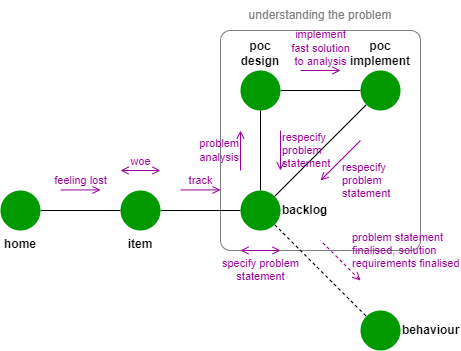
The draw.io diagram docs/sphinx/static/img/poc-flow.png in lifespline/agile, before a commit. Source tidied: cells renumbered, new cells last; positions are measured from the earlier drawing's top-left corner, leaving out a move shared by most shapes. The source it was exported from:
```xml
<mxGraphModel>
  <root>
    <mxCell id="0" />
    <mxCell id="1" parent="0" />
    <mxCell id="2" style="rounded=1;whiteSpace=wrap;html=1;fontColor=#FFFF00;fillColor=default;strokeColor=#808080;arcSize=5;" parent="1" vertex="1">
      <mxGeometry x="220" y="30" width="200" height="220" as="geometry" />
    </mxCell>
    <mxCell id="3" style="edgeStyle=none;html=1;endArrow=none;endFill=0;" parent="1" edge="1" source="4" target="6">
      <mxGeometry relative="1" as="geometry" />
    </mxCell>
    <mxCell id="4" value="&lt;b&gt;home&lt;/b&gt;" style="ellipse;whiteSpace=wrap;html=1;strokeColor=none;fillColor=#009900;verticalAlign=top;labelPosition=center;verticalLabelPosition=bottom;align=center;" parent="1" vertex="1">
      <mxGeometry y="190" width="40" height="40" as="geometry" />
    </mxCell>
    <mxCell id="5" style="edgeStyle=none;html=1;endArrow=none;endFill=0;" parent="1" edge="1" source="6" target="9">
      <mxGeometry relative="1" as="geometry" />
    </mxCell>
    <mxCell id="6" value="&lt;b&gt;item&lt;/b&gt;" style="ellipse;whiteSpace=wrap;html=1;strokeColor=none;fillColor=#009900;verticalAlign=top;labelPosition=center;verticalLabelPosition=bottom;align=center;" parent="1" vertex="1">
      <mxGeometry x="120" y="190" width="40" height="40" as="geometry" />
    </mxCell>
    <mxCell id="7" style="edgeStyle=none;html=1;endArrow=none;endFill=0;" parent="1" edge="1" source="9" target="11">
      <mxGeometry relative="1" as="geometry" />
    </mxCell>
    <mxCell id="8" style="edgeStyle=none;html=1;endArrow=none;endFill=0;dashed=1;" parent="1" edge="1" source="9" target="14">
      <mxGeometry relative="1" as="geometry" />
    </mxCell>
    <mxCell id="9" value="&lt;b&gt;backlog&lt;/b&gt;" style="ellipse;whiteSpace=wrap;html=1;strokeColor=none;fillColor=#009900;verticalAlign=middle;labelPosition=right;verticalLabelPosition=middle;align=left;" parent="1" vertex="1">
      <mxGeometry x="240" y="190" width="40" height="40" as="geometry" />
    </mxCell>
    <mxCell id="10" style="edgeStyle=none;html=1;endArrow=none;endFill=0;" parent="1" edge="1" source="11" target="13">
      <mxGeometry relative="1" as="geometry" />
    </mxCell>
    <mxCell id="11" value="&lt;b&gt;poc design&lt;/b&gt;" style="ellipse;whiteSpace=wrap;html=1;strokeColor=none;fillColor=#009900;verticalAlign=bottom;labelPosition=center;verticalLabelPosition=top;align=center;" parent="1" vertex="1">
      <mxGeometry x="240" y="70" width="40" height="40" as="geometry" />
    </mxCell>
    <mxCell id="12" style="edgeStyle=none;html=1;endArrow=none;endFill=0;" parent="1" edge="1" source="13" target="9">
      <mxGeometry relative="1" as="geometry" />
    </mxCell>
    <mxCell id="13" value="&lt;b&gt;poc&lt;br&gt;implement&lt;br&gt;&lt;/b&gt;" style="ellipse;whiteSpace=wrap;html=1;strokeColor=none;fillColor=#009900;verticalAlign=bottom;labelPosition=center;verticalLabelPosition=top;align=center;" parent="1" vertex="1">
      <mxGeometry x="360" y="70" width="40" height="40" as="geometry" />
    </mxCell>
    <mxCell id="14" value="&lt;b&gt;behaviour&lt;br&gt;&lt;/b&gt;" style="ellipse;whiteSpace=wrap;html=1;strokeColor=none;fillColor=#009900;verticalAlign=middle;labelPosition=right;verticalLabelPosition=middle;align=left;" parent="1" vertex="1">
      <mxGeometry x="360" y="310" width="40" height="40" as="geometry" />
    </mxCell>
    <mxCell id="15" value="feeling lost" style="endArrow=open;html=1;endFill=0;verticalAlign=bottom;labelBackgroundColor=none;fontColor=#990099;strokeColor=#990099;" parent="1" edge="1">
      <mxGeometry relative="1" as="geometry">
        <mxPoint x="60" y="189.4" as="sourcePoint" />
        <mxPoint x="100" y="189.4" as="targetPoint" />
      </mxGeometry>
    </mxCell>
    <mxCell id="16" value="woe" style="endArrow=open;html=1;endFill=0;verticalAlign=bottom;labelBackgroundColor=none;fontColor=#990099;strokeColor=#990099;startArrow=open;startFill=0;" parent="1" edge="1">
      <mxGeometry relative="1" as="geometry">
        <mxPoint x="120" y="170" as="sourcePoint" />
        <mxPoint x="160" y="170" as="targetPoint" />
      </mxGeometry>
    </mxCell>
    <mxCell id="17" value="track" style="endArrow=open;html=1;endFill=0;verticalAlign=bottom;labelBackgroundColor=none;fontColor=#990099;strokeColor=#990099;" parent="1" edge="1">
      <mxGeometry relative="1" as="geometry">
        <mxPoint x="180" y="189.4" as="sourcePoint" />
        <mxPoint x="220" y="189.4" as="targetPoint" />
      </mxGeometry>
    </mxCell>
    <mxCell id="18" value="understanding the problem" style="text;html=1;strokeColor=none;fillColor=none;align=center;verticalAlign=middle;whiteSpace=wrap;rounded=0;dashed=1;fontColor=#808080;" parent="1" vertex="1">
      <mxGeometry x="240" width="160" height="30" as="geometry" />
    </mxCell>
    <mxCell id="19" value="specify&amp;nbsp;problem&lt;br&gt;statement" style="endArrow=open;html=1;endFill=0;verticalAlign=top;labelBackgroundColor=none;fontColor=#990099;strokeColor=#990099;startArrow=open;startFill=0;labelPosition=center;verticalLabelPosition=bottom;align=center;" parent="1" edge="1">
      <mxGeometry relative="1" as="geometry">
        <mxPoint x="240" y="250" as="sourcePoint" />
        <mxPoint x="280" y="250" as="targetPoint" />
      </mxGeometry>
    </mxCell>
    <mxCell id="20" value="problem&lt;br&gt;analysis" style="endArrow=open;html=1;endFill=0;verticalAlign=middle;labelBackgroundColor=none;fontColor=#990099;strokeColor=#990099;labelPosition=left;verticalLabelPosition=middle;align=right;" parent="1" edge="1">
      <mxGeometry relative="1" as="geometry">
        <mxPoint x="240" y="170" as="sourcePoint" />
        <mxPoint x="240" y="130" as="targetPoint" />
      </mxGeometry>
    </mxCell>
    <mxCell id="21" value="implement&lt;br&gt;fast solution&lt;br&gt;to&amp;nbsp;analysis" style="endArrow=open;html=1;endFill=0;verticalAlign=bottom;labelBackgroundColor=none;fontColor=#990099;strokeColor=#990099;" parent="1" edge="1">
      <mxGeometry relative="1" as="geometry">
        <mxPoint x="300" y="70" as="sourcePoint" />
        <mxPoint x="340" y="70" as="targetPoint" />
      </mxGeometry>
    </mxCell>
    <mxCell id="22" value="respecify&lt;br&gt;problem&amp;nbsp;&lt;br&gt;statement" style="endArrow=none;html=1;endFill=0;verticalAlign=middle;labelBackgroundColor=none;fontColor=#990099;strokeColor=#990099;labelPosition=right;verticalLabelPosition=middle;align=left;startArrow=open;startFill=0;" parent="1" edge="1">
      <mxGeometry relative="1" as="geometry">
        <mxPoint x="280" y="170" as="sourcePoint" />
        <mxPoint x="280" y="130" as="targetPoint" />
      </mxGeometry>
    </mxCell>
    <mxCell id="23" value="respecify&lt;br&gt;problem&amp;nbsp;&lt;br&gt;statement" style="endArrow=none;html=1;endFill=0;verticalAlign=middle;labelBackgroundColor=none;fontColor=#990099;strokeColor=#990099;labelPosition=right;verticalLabelPosition=middle;align=left;startArrow=open;startFill=0;" parent="1" edge="1">
      <mxGeometry x="-0.5" y="-14" relative="1" as="geometry">
        <mxPoint x="320" y="180" as="sourcePoint" />
        <mxPoint x="360" y="140" as="targetPoint" />
      </mxGeometry>
    </mxCell>
    <mxCell id="24" value="problem statement&lt;br&gt;finalised, solution&lt;br&gt;requirements finalised" style="endArrow=none;html=1;endFill=0;verticalAlign=middle;labelBackgroundColor=none;fontColor=#990099;strokeColor=#990099;labelPosition=right;verticalLabelPosition=middle;align=left;startArrow=open;startFill=0;dashed=1;" parent="1" edge="1">
      <mxGeometry y="-14" relative="1" as="geometry">
        <mxPoint x="360" y="280" as="sourcePoint" />
        <mxPoint x="320" y="240" as="targetPoint" />
      </mxGeometry>
    </mxCell>
  </root>
</mxGraphModel>
```
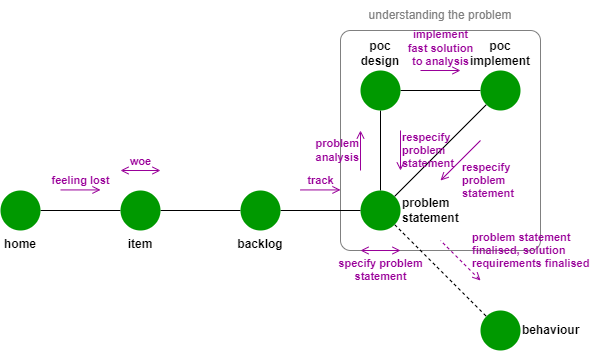
After the change.

Diff of the diagram source:
```diff
@@ -5,34 +5,34 @@
     <mxCell id="2" style="rounded=1;whiteSpace=wrap;html=1;fontColor=#FFFF00;fillColor=default;strokeColor=#808080;arcSize=5;" parent="1" vertex="1">
       <mxGeometry x="220" y="30" width="200" height="220" as="geometry" />
     </mxCell>
-    <mxCell id="3" style="edgeStyle=none;html=1;endArrow=none;endFill=0;" parent="1" edge="1" source="4" target="6">
+    <mxCell id="3" style="edgeStyle=none;html=1;endArrow=none;endFill=0;fontStyle=1;" parent="1" edge="1" source="4" target="6">
       <mxGeometry relative="1" as="geometry" />
     </mxCell>
     <mxCell id="4" value="&lt;b&gt;home&lt;/b&gt;" style="ellipse;whiteSpace=wrap;html=1;strokeColor=none;fillColor=#009900;verticalAlign=top;labelPosition=center;verticalLabelPosition=bottom;align=center;" parent="1" vertex="1">
-      <mxGeometry y="190" width="40" height="40" as="geometry" />
+      <mxGeometry x="-120" y="190" width="40" height="40" as="geometry" />
     </mxCell>
-    <mxCell id="5" style="edgeStyle=none;html=1;endArrow=none;endFill=0;" parent="1" edge="1" source="6" target="9">
+    <mxCell id="5" style="edgeStyle=none;html=1;endArrow=none;endFill=0;fontStyle=1;" parent="1" edge="1" source="6" target="26">
       <mxGeometry relative="1" as="geometry" />
     </mxCell>
     <mxCell id="6" value="&lt;b&gt;item&lt;/b&gt;" style="ellipse;whiteSpace=wrap;html=1;strokeColor=none;fillColor=#009900;verticalAlign=top;labelPosition=center;verticalLabelPosition=bottom;align=center;" parent="1" vertex="1">
-      <mxGeometry x="120" y="190" width="40" height="40" as="geometry" />
+      <mxGeometry y="190" width="40" height="40" as="geometry" />
     </mxCell>
-    <mxCell id="7" style="edgeStyle=none;html=1;endArrow=none;endFill=0;" parent="1" edge="1" source="9" target="11">
+    <mxCell id="7" style="edgeStyle=none;html=1;endArrow=none;endFill=0;fontStyle=1;" parent="1" edge="1" source="9" target="11">
       <mxGeometry relative="1" as="geometry" />
     </mxCell>
-    <mxCell id="8" style="edgeStyle=none;html=1;endArrow=none;endFill=0;dashed=1;" parent="1" edge="1" source="9" target="14">
+    <mxCell id="8" style="edgeStyle=none;html=1;endArrow=none;endFill=0;dashed=1;fontStyle=1;" parent="1" edge="1" source="9" target="14">
       <mxGeometry relative="1" as="geometry" />
     </mxCell>
-    <mxCell id="9" value="&lt;b&gt;backlog&lt;/b&gt;" style="ellipse;whiteSpace=wrap;html=1;strokeColor=none;fillColor=#009900;verticalAlign=middle;labelPosition=right;verticalLabelPosition=middle;align=left;" parent="1" vertex="1">
+    <mxCell id="9" value="&lt;b&gt;problem&lt;br&gt;statement&lt;br&gt;&lt;/b&gt;" style="ellipse;whiteSpace=wrap;html=1;strokeColor=none;fillColor=#009900;verticalAlign=middle;labelPosition=right;verticalLabelPosition=middle;align=left;" parent="1" vertex="1">
       <mxGeometry x="240" y="190" width="40" height="40" as="geometry" />
     </mxCell>
-    <mxCell id="10" style="edgeStyle=none;html=1;endArrow=none;endFill=0;" parent="1" edge="1" source="11" target="13">
+    <mxCell id="10" style="edgeStyle=none;html=1;endArrow=none;endFill=0;fontStyle=1;" parent="1" edge="1" source="11" target="13">
       <mxGeometry relative="1" as="geometry" />
     </mxCell>
     <mxCell id="11" value="&lt;b&gt;poc design&lt;/b&gt;" style="ellipse;whiteSpace=wrap;html=1;strokeColor=none;fillColor=#009900;verticalAlign=bottom;labelPosition=center;verticalLabelPosition=top;align=center;" parent="1" vertex="1">
       <mxGeometry x="240" y="70" width="40" height="40" as="geometry" />
     </mxCell>
-    <mxCell id="12" style="edgeStyle=none;html=1;endArrow=none;endFill=0;" parent="1" edge="1" source="13" target="9">
+    <mxCell id="12" style="edgeStyle=none;html=1;endArrow=none;endFill=0;fontStyle=1;" parent="1" edge="1" source="13" target="9">
       <mxGeometry relative="1" as="geometry" />
     </mxCell>
     <mxCell id="13" value="&lt;b&gt;poc&lt;br&gt;implement&lt;br&gt;&lt;/b&gt;" style="ellipse;whiteSpace=wrap;html=1;strokeColor=none;fillColor=#009900;verticalAlign=bottom;labelPosition=center;verticalLabelPosition=top;align=center;" parent="1" vertex="1">
@@ -41,19 +41,19 @@
     <mxCell id="14" value="&lt;b&gt;behaviour&lt;br&gt;&lt;/b&gt;" style="ellipse;whiteSpace=wrap;html=1;strokeColor=none;fillColor=#009900;verticalAlign=middle;labelPosition=right;verticalLabelPosition=middle;align=left;" parent="1" vertex="1">
       <mxGeometry x="360" y="310" width="40" height="40" as="geometry" />
     </mxCell>
-    <mxCell id="15" value="feeling lost" style="endArrow=open;html=1;endFill=0;verticalAlign=bottom;labelBackgroundColor=none;fontColor=#990099;strokeColor=#990099;" parent="1" edge="1">
+    <mxCell id="15" value="feeling lost" style="endArrow=open;html=1;endFill=0;verticalAlign=bottom;labelBackgroundColor=none;fontColor=#990099;strokeColor=#990099;fontStyle=1;" parent="1" edge="1">
       <mxGeometry relative="1" as="geometry">
-        <mxPoint x="60" y="189.4" as="sourcePoint" />
-        <mxPoint x="100" y="189.4" as="targetPoint" />
+        <mxPoint x="-60" y="189.4" as="sourcePoint" />
+        <mxPoint x="-20" y="189.4" as="targetPoint" />
       </mxGeometry>
     </mxCell>
-    <mxCell id="16" value="woe" style="endArrow=open;html=1;endFill=0;verticalAlign=bottom;labelBackgroundColor=none;fontColor=#990099;strokeColor=#990099;startArrow=open;startFill=0;" parent="1" edge="1">
+    <mxCell id="16" value="woe" style="endArrow=open;html=1;endFill=0;verticalAlign=bottom;labelBackgroundColor=none;fontColor=#990099;strokeColor=#990099;startArrow=open;startFill=0;fontStyle=1;" parent="1" edge="1">
       <mxGeometry relative="1" as="geometry">
-        <mxPoint x="120" y="170" as="sourcePoint" />
-        <mxPoint x="160" y="170" as="targetPoint" />
+        <mxPoint y="170" as="sourcePoint" />
+        <mxPoint x="40" y="170" as="targetPoint" />
       </mxGeometry>
     </mxCell>
-    <mxCell id="17" value="track" style="endArrow=open;html=1;endFill=0;verticalAlign=bottom;labelBackgroundColor=none;fontColor=#990099;strokeColor=#990099;" parent="1" edge="1">
+    <mxCell id="17" value="track" style="endArrow=open;html=1;endFill=0;verticalAlign=bottom;labelBackgroundColor=none;fontColor=#990099;strokeColor=#990099;fontStyle=1;" parent="1" edge="1">
       <mxGeometry relative="1" as="geometry">
         <mxPoint x="180" y="189.4" as="sourcePoint" />
         <mxPoint x="220" y="189.4" as="targetPoint" />
@@ -62,41 +62,47 @@
     <mxCell id="18" value="understanding the problem" style="text;html=1;strokeColor=none;fillColor=none;align=center;verticalAlign=middle;whiteSpace=wrap;rounded=0;dashed=1;fontColor=#808080;" parent="1" vertex="1">
       <mxGeometry x="240" width="160" height="30" as="geometry" />
     </mxCell>
-    <mxCell id="19" value="specify&amp;nbsp;problem&lt;br&gt;statement" style="endArrow=open;html=1;endFill=0;verticalAlign=top;labelBackgroundColor=none;fontColor=#990099;strokeColor=#990099;startArrow=open;startFill=0;labelPosition=center;verticalLabelPosition=bottom;align=center;" parent="1" edge="1">
+    <mxCell id="19" value="specify&amp;nbsp;problem&lt;br&gt;statement" style="endArrow=open;html=1;endFill=0;verticalAlign=top;labelBackgroundColor=none;fontColor=#990099;strokeColor=#990099;startArrow=open;startFill=0;labelPosition=center;verticalLabelPosition=bottom;align=center;fontStyle=1;" parent="1" edge="1">
       <mxGeometry relative="1" as="geometry">
         <mxPoint x="240" y="250" as="sourcePoint" />
         <mxPoint x="280" y="250" as="targetPoint" />
       </mxGeometry>
     </mxCell>
-    <mxCell id="20" value="problem&lt;br&gt;analysis" style="endArrow=open;html=1;endFill=0;verticalAlign=middle;labelBackgroundColor=none;fontColor=#990099;strokeColor=#990099;labelPosition=left;verticalLabelPosition=middle;align=right;" parent="1" edge="1">
+    <mxCell id="20" value="problem&lt;br&gt;analysis" style="endArrow=open;html=1;endFill=0;verticalAlign=middle;labelBackgroundColor=none;fontColor=#990099;strokeColor=#990099;labelPosition=left;verticalLabelPosition=middle;align=right;fontStyle=1;" parent="1" edge="1">
       <mxGeometry relative="1" as="geometry">
         <mxPoint x="240" y="170" as="sourcePoint" />
         <mxPoint x="240" y="130" as="targetPoint" />
       </mxGeometry>
     </mxCell>
-    <mxCell id="21" value="implement&lt;br&gt;fast solution&lt;br&gt;to&amp;nbsp;analysis" style="endArrow=open;html=1;endFill=0;verticalAlign=bottom;labelBackgroundColor=none;fontColor=#990099;strokeColor=#990099;" parent="1" edge="1">
+    <mxCell id="21" value="implement&lt;br&gt;fast solution&lt;br&gt;to&amp;nbsp;analysis" style="endArrow=open;html=1;endFill=0;verticalAlign=bottom;labelBackgroundColor=none;fontColor=#990099;strokeColor=#990099;fontStyle=1;" parent="1" edge="1">
       <mxGeometry relative="1" as="geometry">
         <mxPoint x="300" y="70" as="sourcePoint" />
         <mxPoint x="340" y="70" as="targetPoint" />
       </mxGeometry>
     </mxCell>
-    <mxCell id="22" value="respecify&lt;br&gt;problem&amp;nbsp;&lt;br&gt;statement" style="endArrow=none;html=1;endFill=0;verticalAlign=middle;labelBackgroundColor=none;fontColor=#990099;strokeColor=#990099;labelPosition=right;verticalLabelPosition=middle;align=left;startArrow=open;startFill=0;" parent="1" edge="1">
+    <mxCell id="22" value="respecify&lt;br&gt;problem&amp;nbsp;&lt;br&gt;statement" style="endArrow=none;html=1;endFill=0;verticalAlign=middle;labelBackgroundColor=none;fontColor=#990099;strokeColor=#990099;labelPosition=right;verticalLabelPosition=middle;align=left;startArrow=open;startFill=0;fontStyle=1;" parent="1" edge="1">
       <mxGeometry relative="1" as="geometry">
         <mxPoint x="280" y="170" as="sourcePoint" />
         <mxPoint x="280" y="130" as="targetPoint" />
       </mxGeometry>
     </mxCell>
-    <mxCell id="23" value="respecify&lt;br&gt;problem&amp;nbsp;&lt;br&gt;statement" style="endArrow=none;html=1;endFill=0;verticalAlign=middle;labelBackgroundColor=none;fontColor=#990099;strokeColor=#990099;labelPosition=right;verticalLabelPosition=middle;align=left;startArrow=open;startFill=0;" parent="1" edge="1">
+    <mxCell id="23" value="respecify&lt;br&gt;problem&amp;nbsp;&lt;br&gt;statement" style="endArrow=none;html=1;endFill=0;verticalAlign=middle;labelBackgroundColor=none;fontColor=#990099;strokeColor=#990099;labelPosition=right;verticalLabelPosition=middle;align=left;startArrow=open;startFill=0;fontStyle=1;" parent="1" edge="1">
       <mxGeometry x="-0.5" y="-14" relative="1" as="geometry">
         <mxPoint x="320" y="180" as="sourcePoint" />
         <mxPoint x="360" y="140" as="targetPoint" />
       </mxGeometry>
     </mxCell>
-    <mxCell id="24" value="problem statement&lt;br&gt;finalised, solution&lt;br&gt;requirements finalised" style="endArrow=none;html=1;endFill=0;verticalAlign=middle;labelBackgroundColor=none;fontColor=#990099;strokeColor=#990099;labelPosition=right;verticalLabelPosition=middle;align=left;startArrow=open;startFill=0;dashed=1;" parent="1" edge="1">
+    <mxCell id="24" value="problem statement&lt;br&gt;finalised, solution&lt;br&gt;requirements finalised" style="endArrow=none;html=1;endFill=0;verticalAlign=middle;labelBackgroundColor=none;fontColor=#990099;strokeColor=#990099;labelPosition=right;verticalLabelPosition=middle;align=left;startArrow=open;startFill=0;dashed=1;fontStyle=1;" parent="1" edge="1">
       <mxGeometry y="-14" relative="1" as="geometry">
         <mxPoint x="360" y="280" as="sourcePoint" />
         <mxPoint x="320" y="240" as="targetPoint" />
       </mxGeometry>
     </mxCell>
+    <mxCell id="25" style="edgeStyle=none;html=1;endArrow=none;endFill=0;" parent="1" edge="1" source="26" target="9">
+      <mxGeometry relative="1" as="geometry" />
+    </mxCell>
+    <mxCell id="26" value="&lt;b&gt;backlog&lt;/b&gt;" style="ellipse;whiteSpace=wrap;html=1;strokeColor=none;fillColor=#009900;verticalAlign=top;labelPosition=center;verticalLabelPosition=bottom;align=center;" parent="1" vertex="1">
+      <mxGeometry x="120" y="190" width="40" height="40" as="geometry" />
+    </mxCell>
   </root>
 </mxGraphModel>
```
